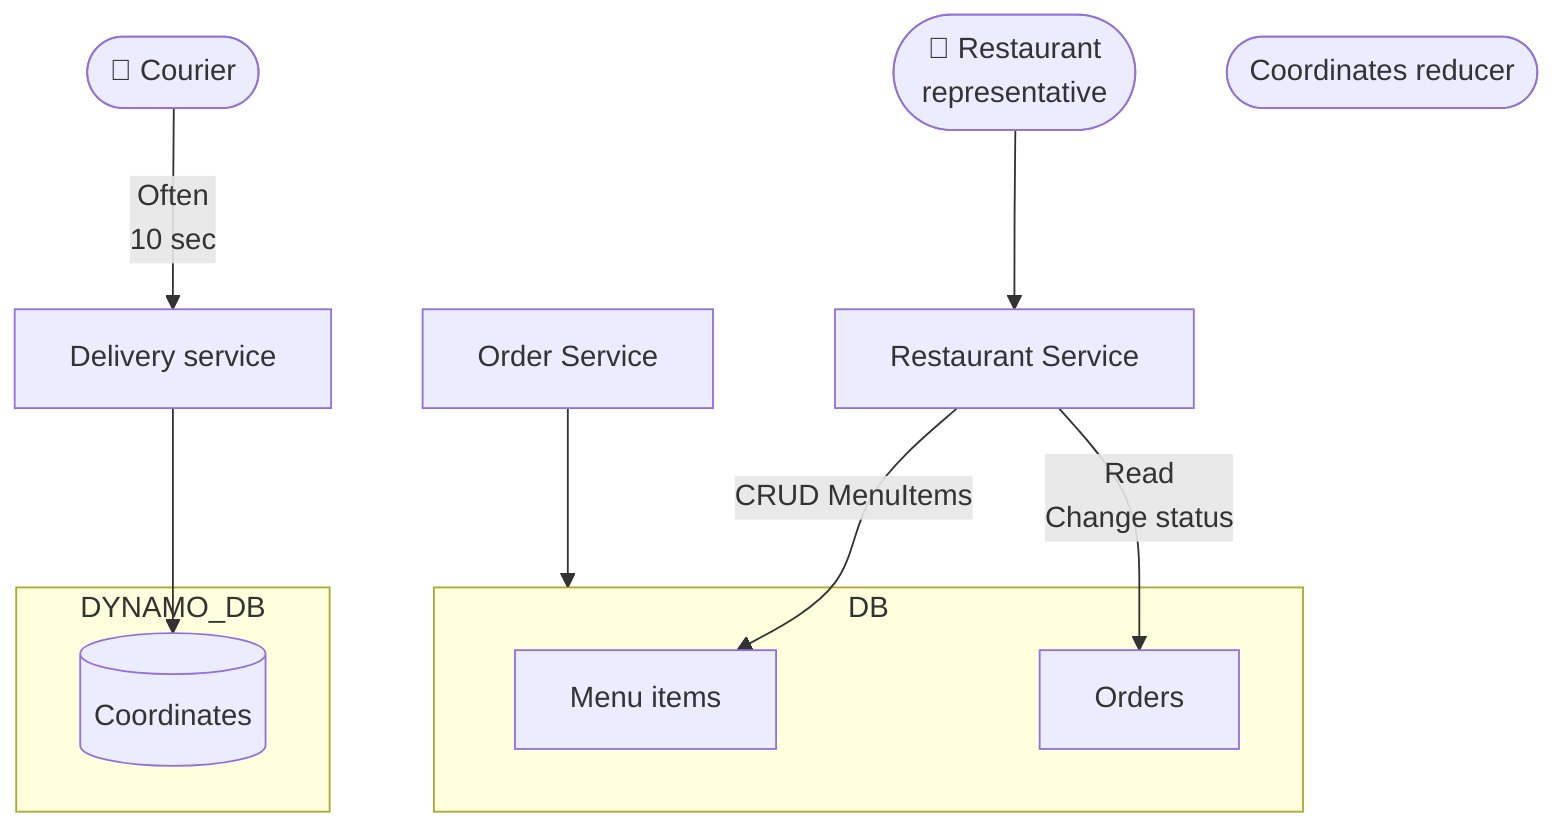
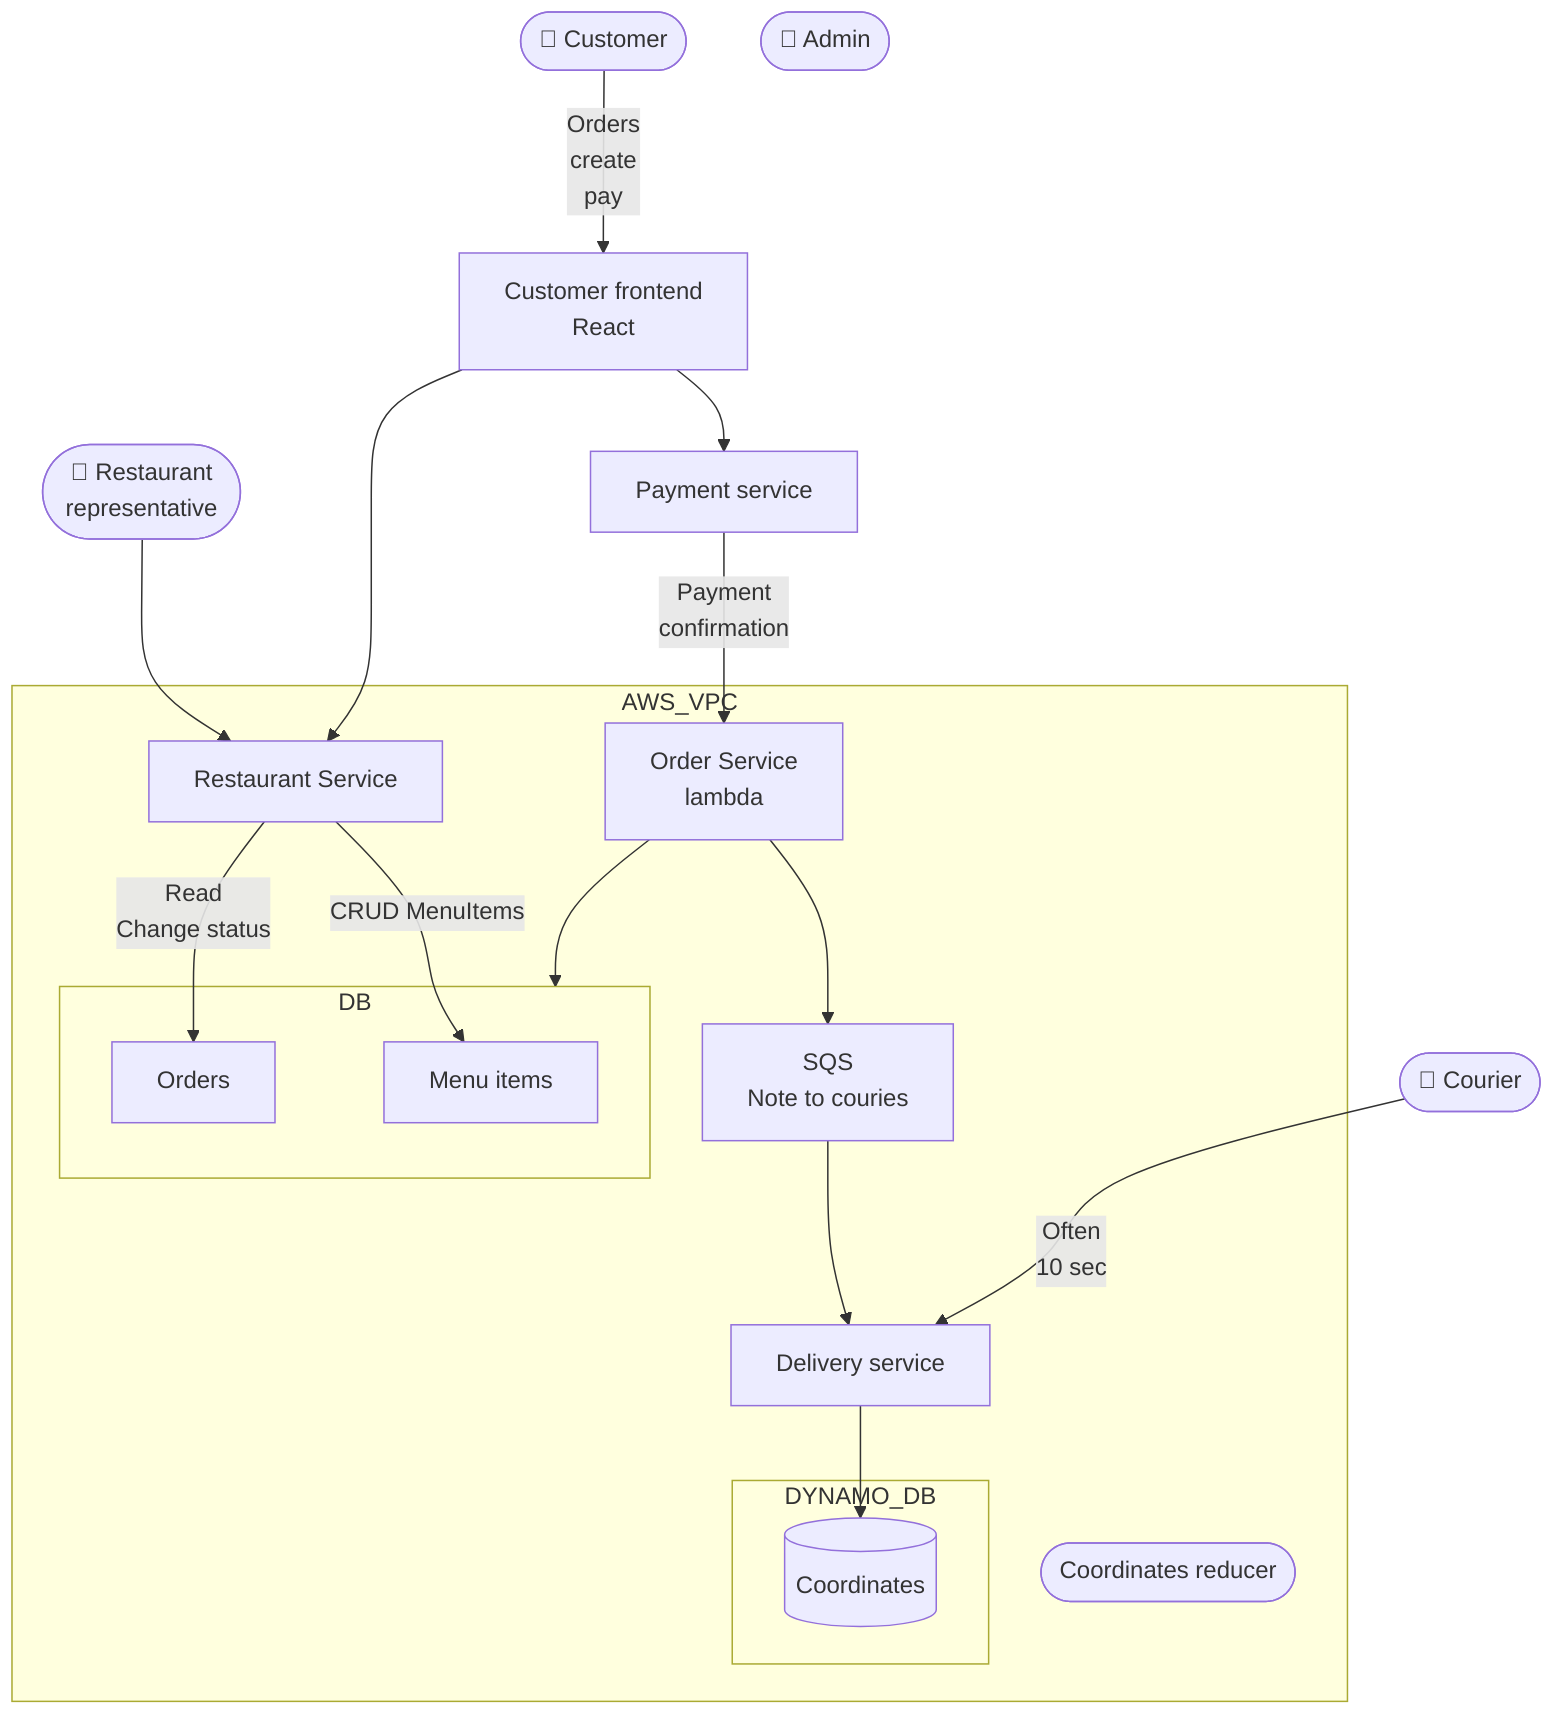
flowchart

DELIVERY[Delivery service] --> COORDINATES
- ORDER[Order Service] --> DB
- RESTAURANT[Restaurant Service] --> |CRUD MenuItems| DB_MENU_ITEMS
- RESTAURANT[Restaurant Service] --> |Read\nChange status| DB_ORDERS
RESTAURANT_USER([👤 Restaurant\nrepresentative]) --> RESTAURANT[Restaurant Service]
- subgraph DB
-     DB_MENU_ITEMS[Menu items]
-     DB_ORDERS[Orders]
+ COURIER([👤 Courier]) --> |Often\n10 sec|DELIVERY[Delivery service]
+ CUSTOMER([👤 Customer])
+ ADMIN([👤 Admin])
+ CUSTOMER_FE[Customer frontend\nReact]
+ CUSTOMER --> |Orders\ncreate\npay| CUSTOMER_FE
+ CUSTOMER_FE --> PAYMENT
+ CUSTOMER_FE --> RESTAURANT
+ subgraph AWS_VPC
+     ORDER[Order Service\nlambda] --> DB
+     RESTAURANT --> |CRUD MenuItems| DB_MENU_ITEMS
+     RESTAURANT --> |Read\nChange status| DB_ORDERS
+     ORDER --> SQS_TO_COURIERS[SQS\nNote to couries]
+     SQS_TO_COURIERS --> DELIVERY
+     subgraph DB
+         DB_MENU_ITEMS[Menu items]
+         DB_ORDERS[Orders]
+     end
+ 
+     subgraph DYNAMO_DB
+         COORDINATES[(Coordinates)]
+     end
+     COORDINATES_REDUCER([Coordinates reducer])
end
- COURIER([👤 Courier]) --> |Often\n10 sec|DELIVERY[Delivery service]
- subgraph DYNAMO_DB
-     COORDINATES[(Coordinates)]
- end
- COORDINATES_REDUCER([Coordinates reducer])
+ PAYMENT[Payment service] --> |Payment\nconfirmation|ORDER
